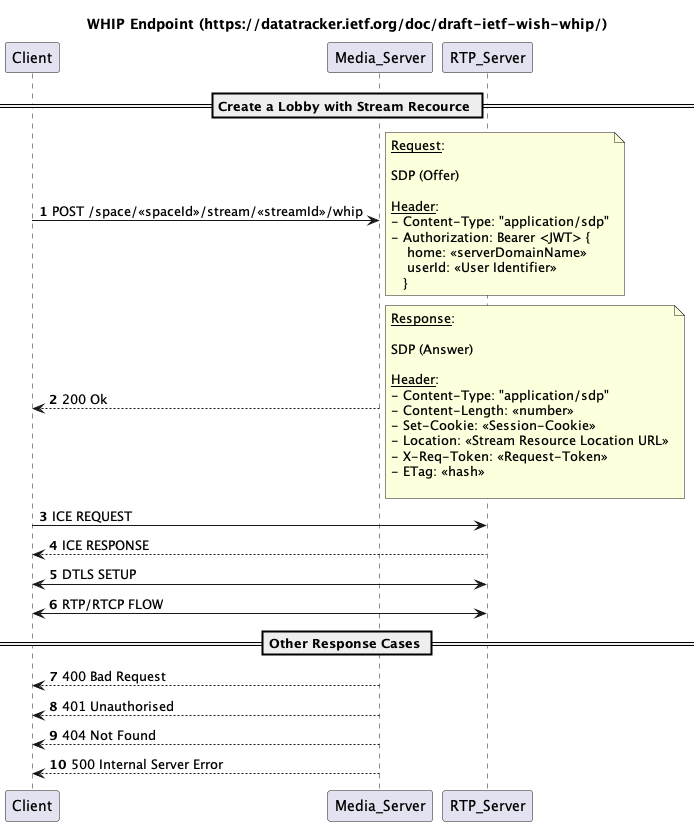
The PlantUML diagram docs/uml/sequence/lobby-create-whip.png in shigde/sfu, before a commit. Its diagram source:
```plantuml
@startuml


title WHIP Endpoint (https://datatracker.ietf.org/doc/draft-ietf-wish-whip/)

autonumber
== Create a Lobby with Stream Recource ==
Client -> Media_Server: POST /space/<<spaceId>>/stream/<<streamId>>/whip
note right
__Request__:

SDP (Offer)

__Header__:
- Content-Type: "application/sdp"
- Authorization: Bearer <JWT> {
    home: <<serverDomainName>>
    userId: <<User Identifier>>
   }
end note

Client <-- Media_Server: 200 Ok
note right
__Response__:

SDP (Answer)

__Header__:
- Content-Type: "application/sdp"
- Content-Length: <<number>>
- Set-Cookie: <<Session-Cookie>>
- Location: <<Stream Resource Location URL>>
- X-Req-Token: <<Request-Token>>
- ETag: <<hash>>

end note

Client -> RTP_Server:  ICE REQUEST
Client <-- RTP_Server: ICE RESPONSE
Client <-> RTP_Server: DTLS SETUP
Client <-> RTP_Server: RTP/RTCP FLOW

== Other Response Cases ==

Client <-- Media_Server: 400 Bad Request
Client <-- Media_Server: 401 Unauthorised
Client <-- Media_Server: 404 Not Found
Client <-- Media_Server: 500 Internal Server Error
@enduml
```
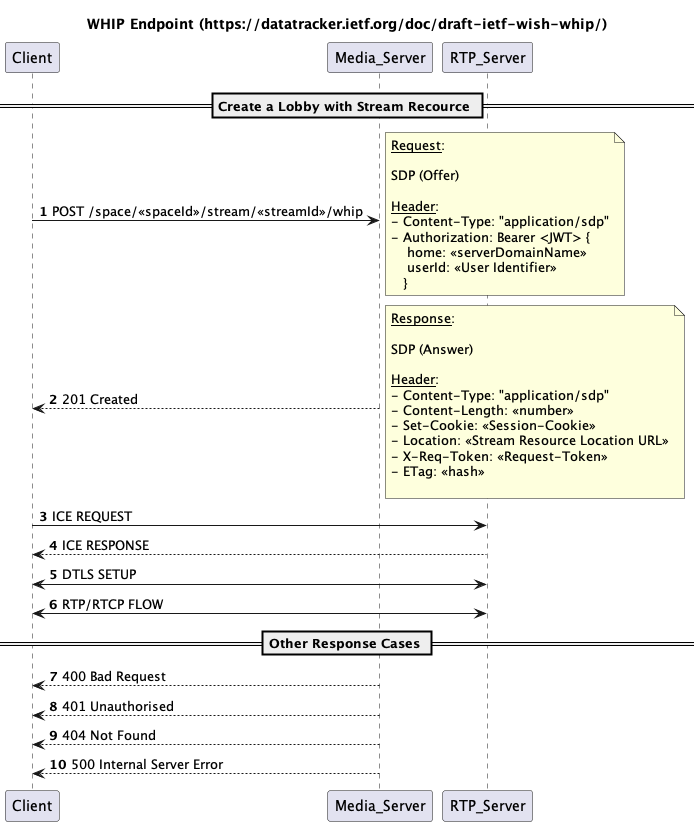
Above is the later version.

Commit message:
Adjust generated sequence diagram

The edit, as a diff of the source:
```diff
@@ -19,7 +19,7 @@
    }
 end note
 
-Client <-- Media_Server: 200 Ok
+Client <-- Media_Server: 201 Created
 note right
 __Response__:
 
```
